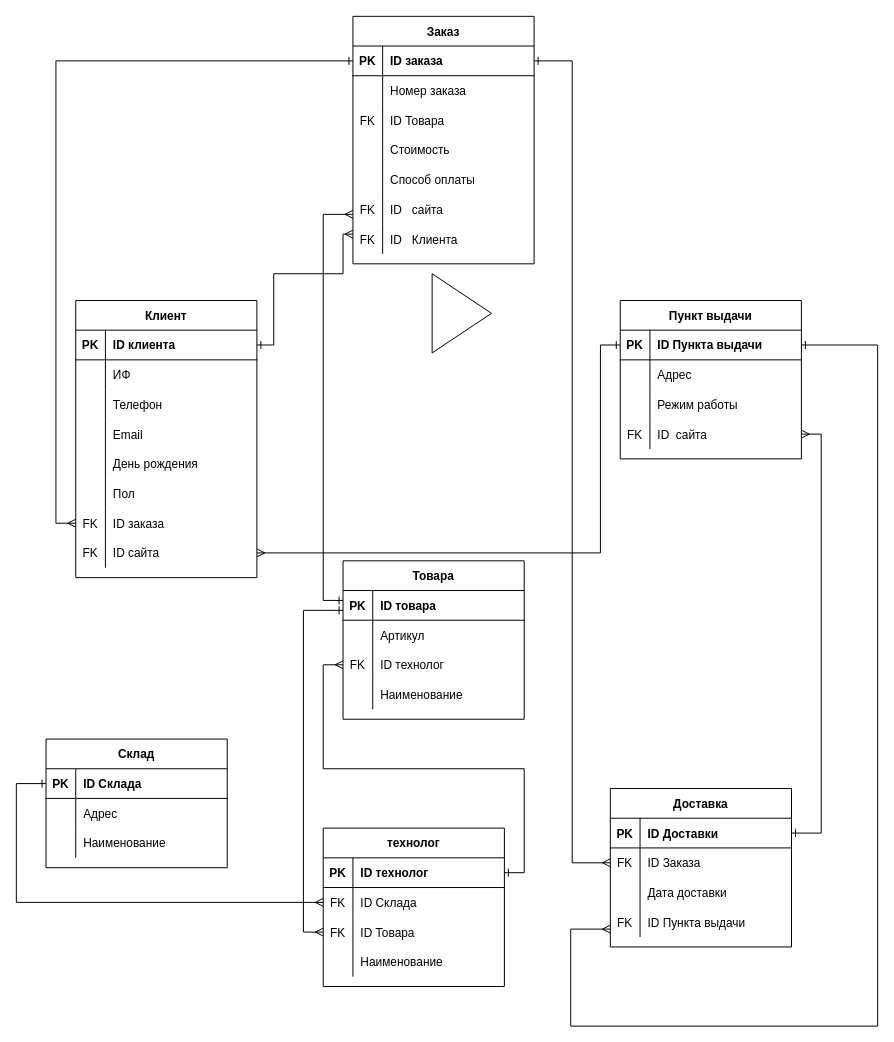
Before: page "Страница 2" (2 of 2) of Диаграмма без нания.drawio in Ev0or/dontTouch, a draw.io diagram. Source tidied: cells renumbered, new cells numbered last; positions are measured from the earlier drawing's top-left corner, leaving out a move shared by most shapes. Both pictures are drawn from the tidied source at 99%, with x=0, y=0 at pixel (16, 16).
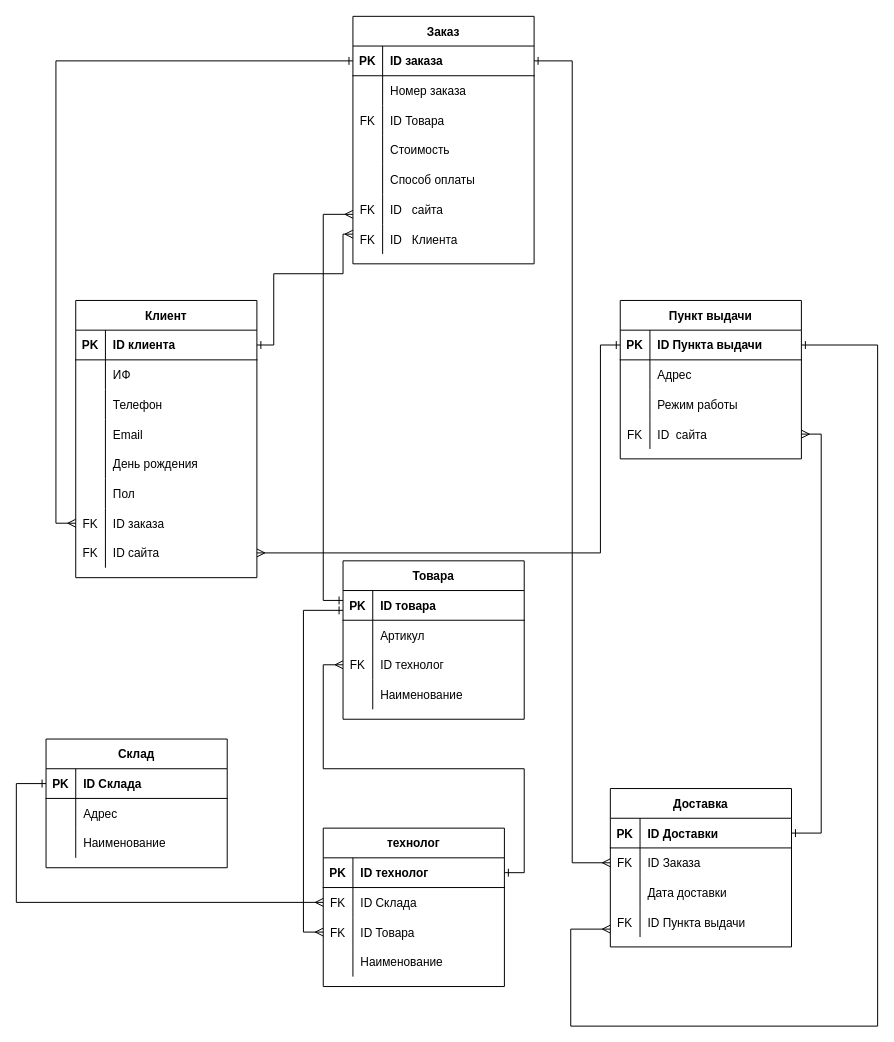
Above is the later version.

The edit, as a diff of the source:
```diff
@@
-    <mxCell id="121" style="triangle;whiteSpace=wrap;html=1;" parent="1" vertex="1">
-      <mxGeometry x="420" y="260" width="60" height="80" as="geometry" />
-    </mxCell>
```
